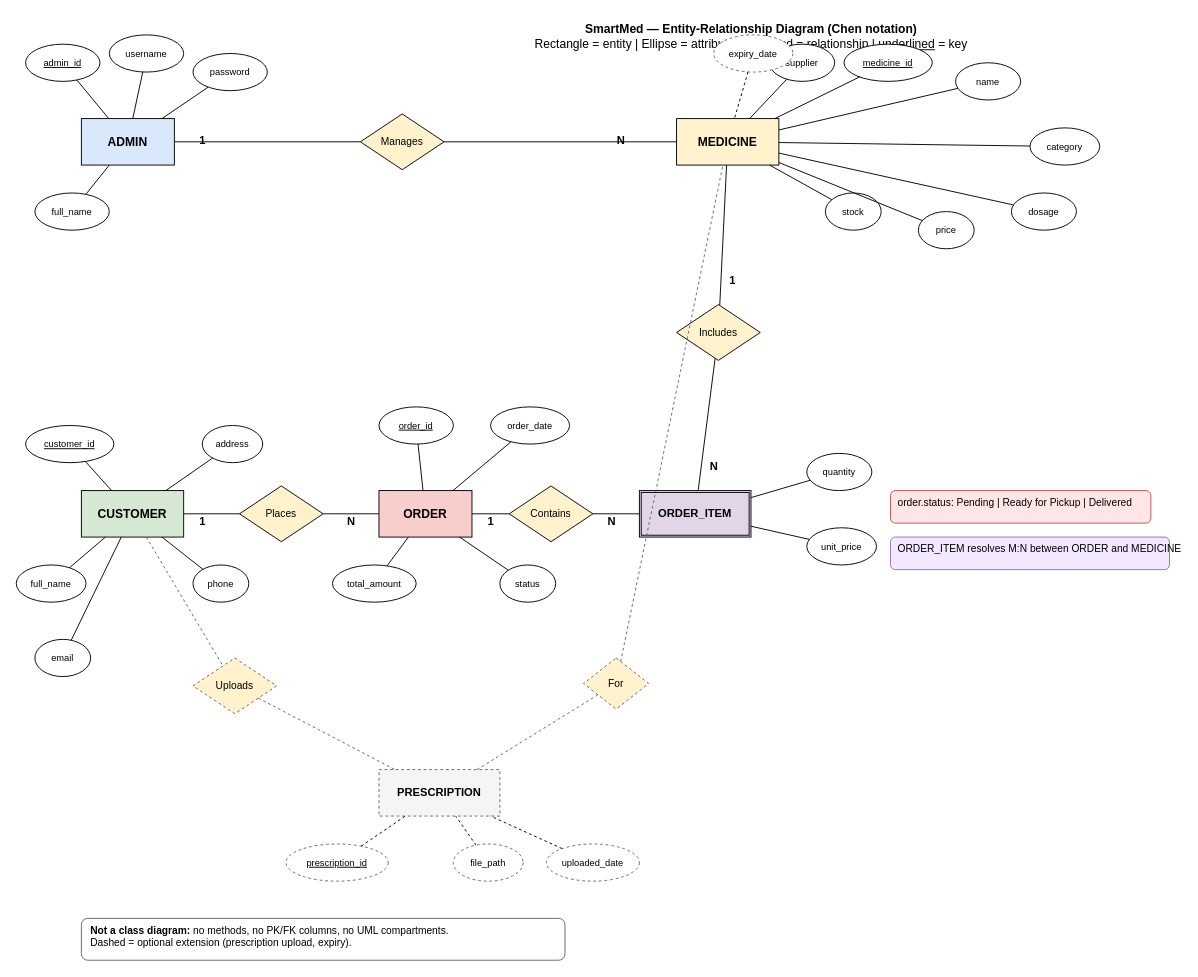
MNSBaanu/SmartMed keeps this draw.io diagram as Diagrams/ER.drawio. Above is the earlier version. Source tidied: cells renumbered, new cells numbered last; positions are measured from the earlier drawing's top-left corner, leaving out a move shared by most shapes. Both pictures are drawn from the tidied source at 93%, with x=0, y=0 at pixel (16, 16).
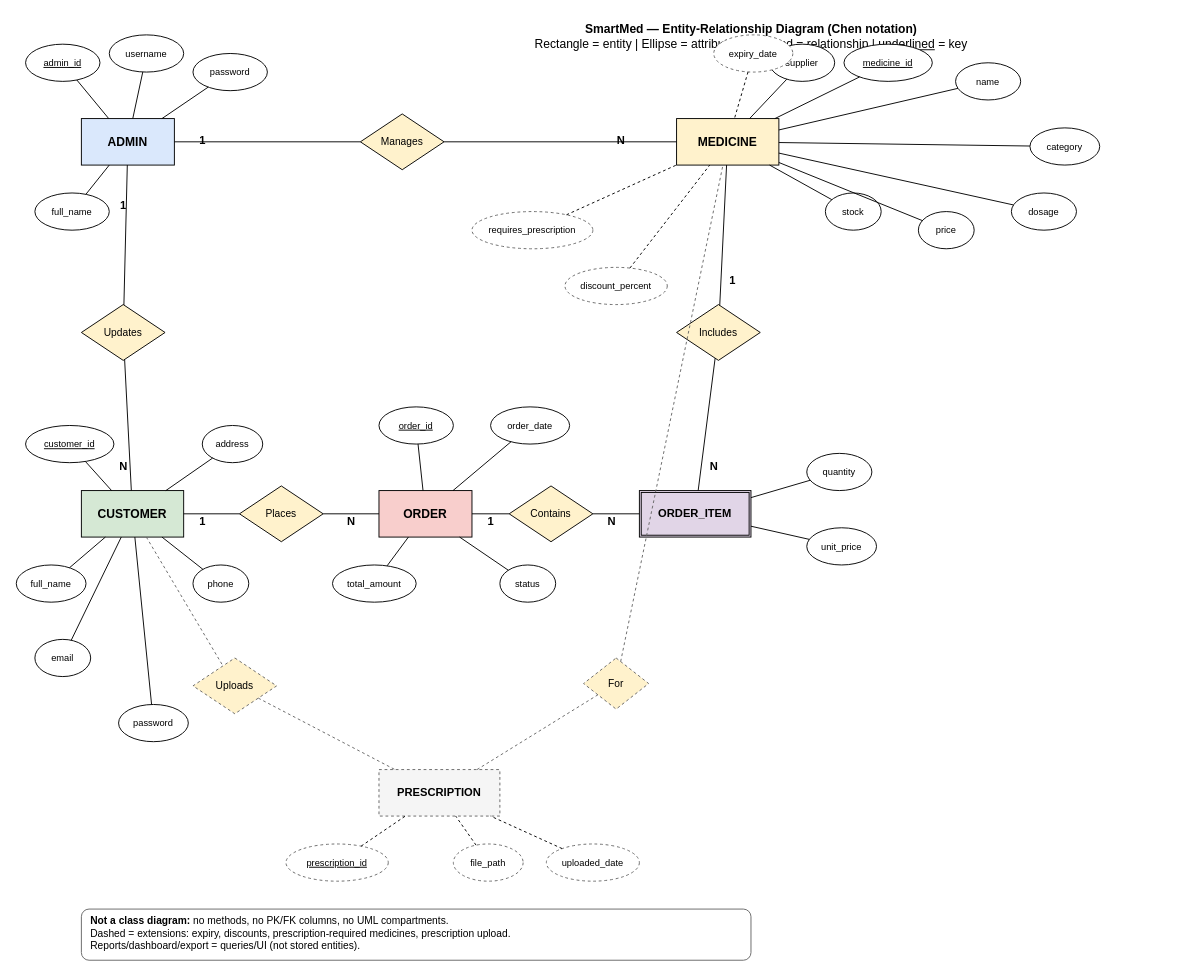
The same diagram, later.

Unchanged cells that the change refers to:
```xml
<mxCell id="3" value="ADMIN" style="rounded=0;whiteSpace=wrap;html=1;fillColor=#dae8fc;strokeColor=#000000;fontStyle=1;fontSize=13;" parent="1" vertex="1">
  <mxGeometry x="70" y="110" width="100" height="50" as="geometry" />
</mxCell>
<mxCell id="4" value="MEDICINE" style="rounded=0;whiteSpace=wrap;html=1;fillColor=#fff2cc;strokeColor=#000000;fontStyle=1;fontSize=13;" parent="1" vertex="1">
  <mxGeometry x="710" y="110" width="110" height="50" as="geometry" />
</mxCell>
<mxCell id="5" value="CUSTOMER" style="rounded=0;whiteSpace=wrap;html=1;fillColor=#d5e8d4;strokeColor=#000000;fontStyle=1;fontSize=13;" parent="1" vertex="1">
  <mxGeometry x="70" y="510" width="110" height="50" as="geometry" />
</mxCell>
```

The edit, as a diff of the source:
```diff
@@
+    <mxCell id="90" value="password" style="ellipse;whiteSpace=wrap;html=1;fillColor=#ffffff;strokeColor=#000000;fontSize=10;" parent="1" vertex="1">
+      <mxGeometry x="110" y="740" width="75" height="40" as="geometry" />
+    </mxCell>
+    <mxCell id="91" value="discount_percent" style="ellipse;whiteSpace=wrap;html=1;fillColor=#ffffff;strokeColor=#666666;fontSize=10;dashed=1;" parent="1" vertex="1">
+      <mxGeometry x="590" y="270" width="110" height="40" as="geometry" />
+    </mxCell>
+    <mxCell id="92" value="requires_prescription" style="ellipse;whiteSpace=wrap;html=1;fillColor=#ffffff;strokeColor=#666666;fontSize=10;dashed=1;" parent="1" vertex="1">
+      <mxGeometry x="490" y="210" width="130" height="40" as="geometry" />
+    </mxCell>
+    <mxCell id="93" value="Updates" style="rhombus;whiteSpace=wrap;html=1;fillColor=#fff2cc;strokeColor=#000000;fontSize=11;" parent="1" vertex="1">
+      <mxGeometry x="70" y="310" width="90" height="60" as="geometry" />
+    </mxCell>
@@
+    <mxCell id="94" style="endArrow=none;html=1;strokeColor=#000000;" parent="1" edge="1" source="3" target="93">
+      <mxGeometry relative="1" as="geometry" />
+    </mxCell>
+    <mxCell id="95" style="endArrow=none;html=1;strokeColor=#000000;" parent="1" edge="1" source="93" target="5">
+      <mxGeometry relative="1" as="geometry" />
+    </mxCell>
+    <mxCell id="96" value="1" style="text;html=1;align=center;fontStyle=1;" parent="1" vertex="1">
+      <mxGeometry x="105" y="190" width="20" height="20" as="geometry" />
+    </mxCell>
+    <mxCell id="97" value="N" style="text;html=1;align=center;fontStyle=1;" parent="1" vertex="1">
+      <mxGeometry x="105" y="470" width="20" height="20" as="geometry" />
+    </mxCell>
@@
+    <mxCell id="98" style="endArrow=none;html=1;" parent="1" edge="1" source="90" target="5">
+      <mxGeometry relative="1" as="geometry" />
+    </mxCell>
+    <mxCell id="99" style="endArrow=none;html=1;dashed=1;" parent="1" edge="1" source="91" target="4">
+      <mxGeometry relative="1" as="geometry" />
+    </mxCell>
+    <mxCell id="100" style="endArrow=none;html=1;dashed=1;" parent="1" edge="1" source="92" target="4">
+      <mxGeometry relative="1" as="geometry" />
+    </mxCell>
@@
-    <mxCell id="87" value="order.status: Pending | Ready for Pickup | Delivered" style="text;html=1;strokeColor=#b85450;fillColor=#ffe6e6;align=left;spacingLeft=6;rounded=1;fontSize=11;" parent="1" vertex="1">
-      <mxGeometry x="940" y="510" width="280" height="35" as="geometry" />
-    </mxCell>
-    <mxCell id="88" value="ORDER_ITEM resolves M:N between ORDER and MEDICINE" style="text;html=1;strokeColor=#9673a6;fillColor=#f3e8ff;align=left;spacingLeft=6;rounded=1;fontSize=11;" parent="1" vertex="1">
-      <mxGeometry x="940" y="560" width="300" height="35" as="geometry" />
-    </mxCell>
-    <mxCell id="89" value="&lt;b&gt;Not a class diagram:&lt;/b&gt; no methods, no PK/FK columns, no UML compartments.&lt;br&gt;Dashed = optional extension (prescription upload, expiry)." style="text;html=1;strokeColor=#666666;fillColor=#ffffff;align=left;spacingLeft=8;rounded=1;fontSize=11;" parent="1" vertex="1">
-      <mxGeometry x="70" y="970" width="520" height="45" as="geometry" />
+    <mxCell id="89" value="&lt;b&gt;Not a class diagram:&lt;/b&gt; no methods, no PK/FK columns, no UML compartments.&lt;br&gt;Dashed = extensions: expiry, discounts, prescription-required medicines, prescription upload.&lt;br&gt;Reports/dashboard/export = queries/UI (not stored entities)." style="text;html=1;strokeColor=#666666;fillColor=#ffffff;align=left;spacingLeft=8;rounded=1;fontSize=11;" parent="1" vertex="1">
+      <mxGeometry x="70" y="960" width="720" height="55" as="geometry" />
     </mxCell>
```
